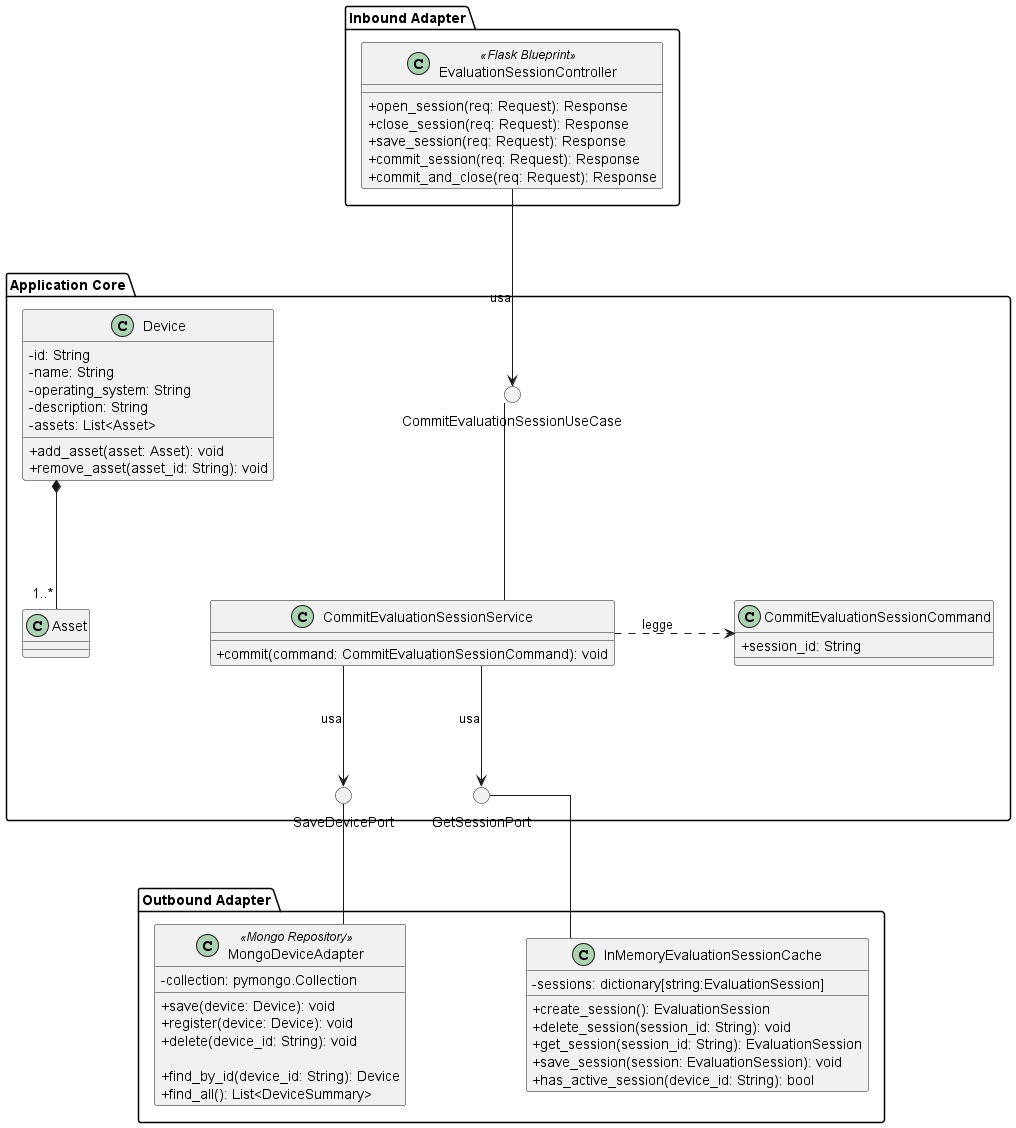
Earlier version of the PlantUML export src/PB/DocumentazioneEsterna/Specifica_Tecnica/content/05-diagrammi-classi/uml/png/Session/CommitEvaluationSession.png (GroupRubberDuck/Documentazione).
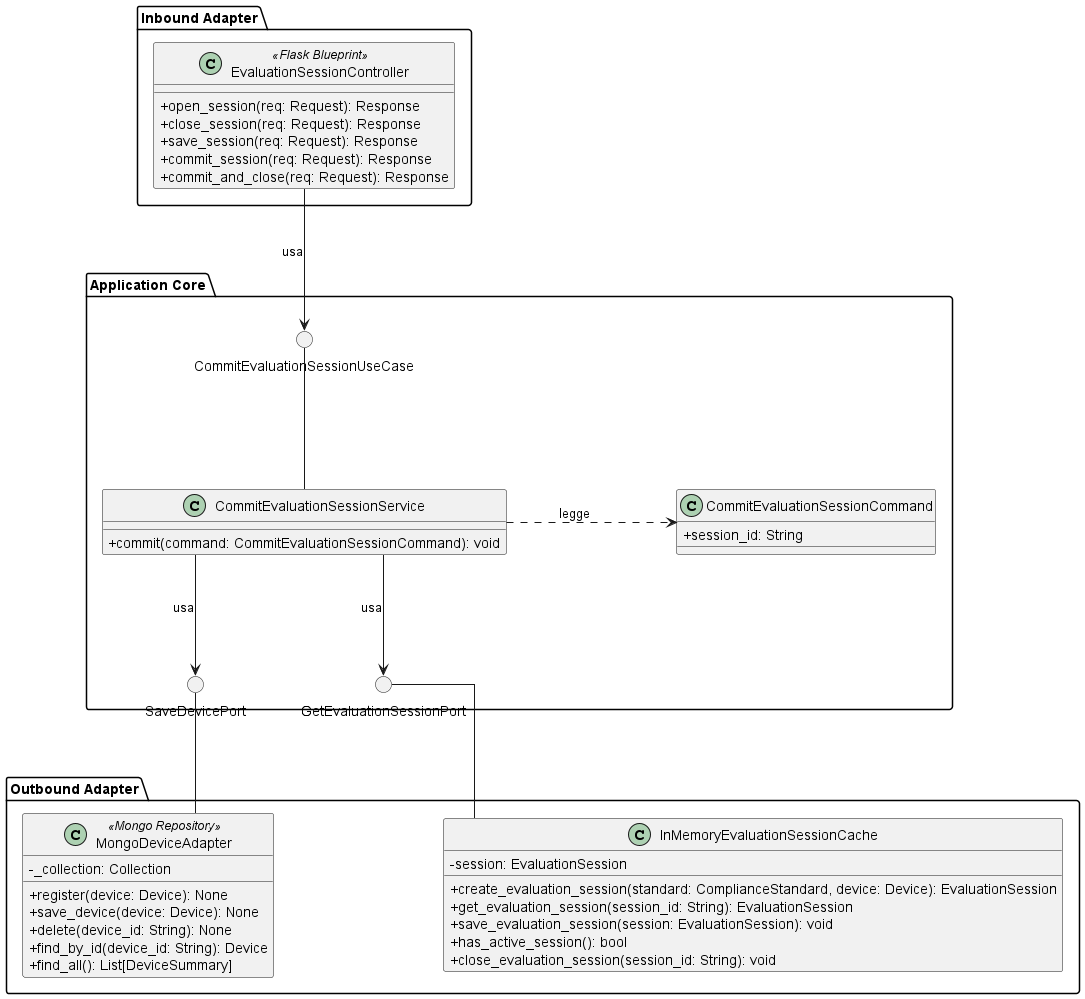
The same file after the commit.

Change to the diagram source:
```diff
@@ -1,7 +1,7 @@
 @startuml CommitEvaluationSession
 
 skinparam linetype ortho
-skinparam nodesep 120
+skinparam nodesep 170
 skinparam ranksep 120
 skinparam classAttributeIconSize 0
 
@@ -20,17 +20,17 @@
     }
 
     () "SaveDevicePort"
-    () "GetSessionPort"
-
-    !include Domain/Device.puml
+    () "GetEvaluationSessionPort"
 
     CommitEvaluationSessionService -up- CommitEvaluationSessionUseCase
     CommitEvaluationSessionService .right.> CommitEvaluationSessionCommand : legge
 
     CommitEvaluationSessionService -down-> SaveDevicePort : usa
-    CommitEvaluationSessionService -down-> GetSessionPort : usa
+    CommitEvaluationSessionService -down-> GetEvaluationSessionPort : usa
 
-    SaveDevicePort -[hidden]right- GetSessionPort
+    SaveDevicePort -[hidden]right- GetEvaluationSessionPort
+
+
 }
 
 package "Outbound Adapter" {
@@ -43,6 +43,6 @@
 EvaluationSessionController -down-> CommitEvaluationSessionUseCase : usa
 
 MongoDeviceAdapter -up- SaveDevicePort
-InMemoryEvaluationSessionCache -up- GetSessionPort
+InMemoryEvaluationSessionCache -up- GetEvaluationSessionPort
 
 @enduml
```
